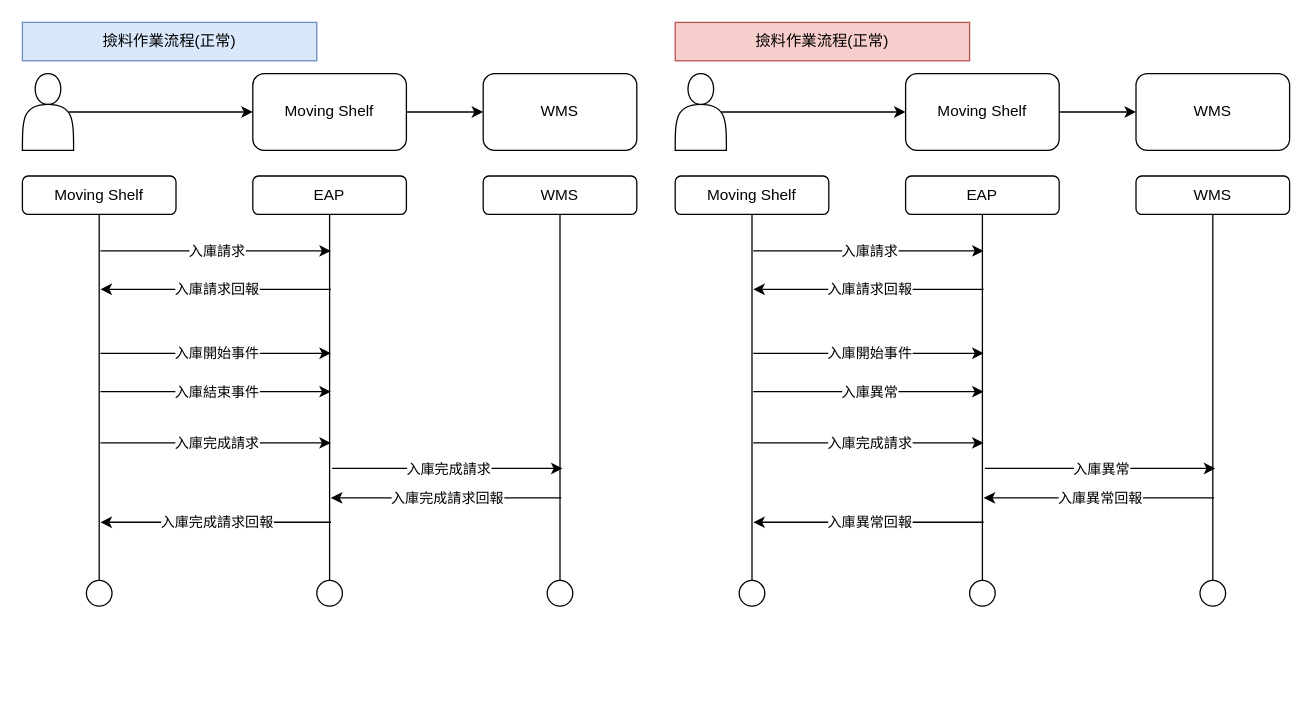
Above: page "撿料作業" (4 of 4) of MovingShelf.drawio in sun873087/drawio (draw.io), before the change. Source tidied: cells renumbered, new cells numbered last; positions are measured from the earlier drawing's top-left corner, leaving out a move shared by most shapes. Both pictures are drawn from the tidied source at 128%, with x=0, y=0 at pixel (22, 22).
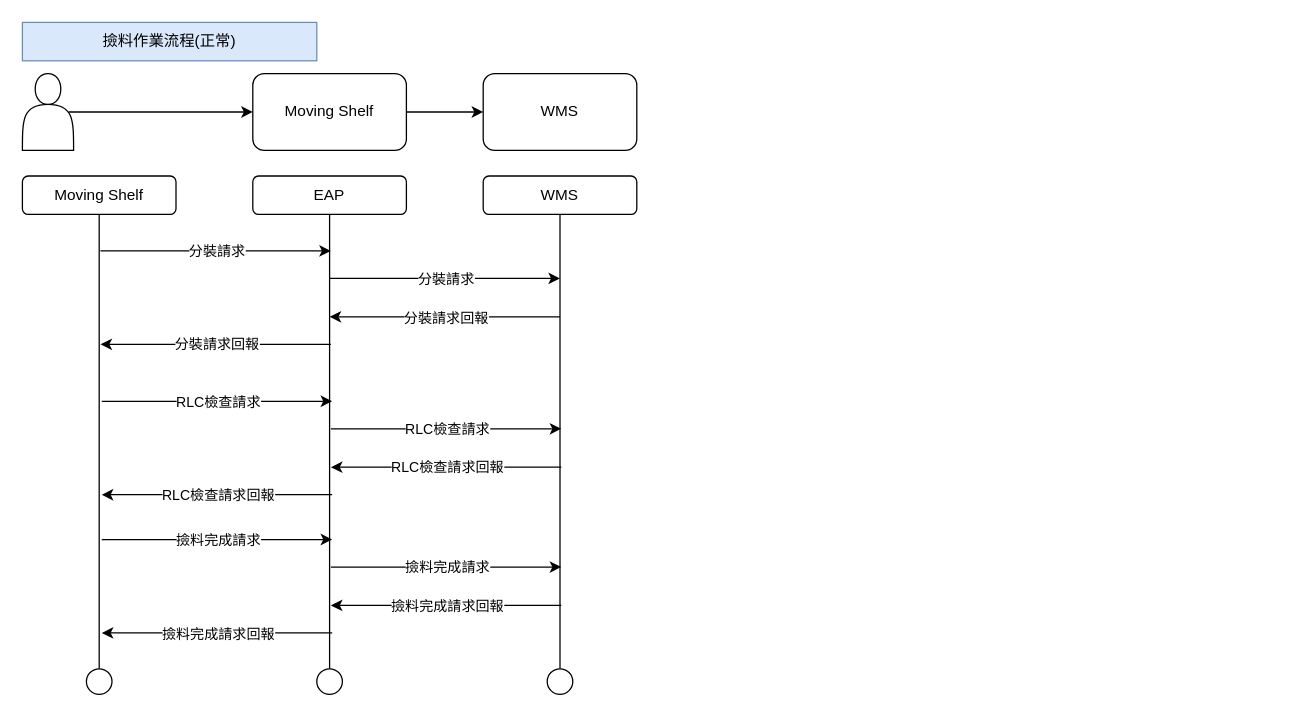
Above is the later version.

The change refers to these unchanged cells:
```xml
<mxCell id="32" style="endArrow=classic;html=1;rounded=0;" parent="1" edge="1">
  <mxGeometry relative="1" as="geometry">
    <mxPoint x="61" y="178.5" as="sourcePoint" />
    <mxPoint x="241" y="178.5" as="targetPoint" />
  </mxGeometry>
</mxCell>
```

Diff of the diagram source:
```diff
@@
     <mxCell id="11" style="ellipse;whiteSpace=wrap;html=1;" parent="1" vertex="1">
-      <mxGeometry x="50" y="436" width="20" height="20" as="geometry" />
+      <mxGeometry x="50" y="505" width="20" height="20" as="geometry" />
     </mxCell>
@@
     <mxCell id="13" style="ellipse;whiteSpace=wrap;html=1;" parent="1" vertex="1">
-      <mxGeometry x="230" y="436" width="20" height="20" as="geometry" />
+      <mxGeometry x="230" y="505" width="20" height="20" as="geometry" />
     </mxCell>
@@
     <mxCell id="15" style="ellipse;whiteSpace=wrap;html=1;" parent="1" vertex="1">
-      <mxGeometry x="410" y="436" width="20" height="20" as="geometry" />
+      <mxGeometry x="410" y="505" width="20" height="20" as="geometry" />
     </mxCell>
@@
-    <mxCell id="17" style="shape=actor;whiteSpace=wrap;html=1;" parent="1" vertex="1">
-      <mxGeometry x="510" y="40" width="40" height="60" as="geometry" />
-    </mxCell>
-    <mxCell id="18" value="Moving Shelf" style="rounded=1;whiteSpace=wrap;html=1;" parent="1" vertex="1">
-      <mxGeometry x="690" y="40" width="120" height="60" as="geometry" />
-    </mxCell>
-    <mxCell id="19" style="edgeStyle=orthogonalEdgeStyle;rounded=0;jettySize=auto;html=1;exitX=0.9;exitY=0.5;exitDx=0;exitDy=0;exitPerimeter=0;entryX=0;entryY=0.5;entryDx=0;entryDy=0;" parent="1" edge="1" source="17" target="18">
-      <mxGeometry relative="1" as="geometry" />
-    </mxCell>
-    <mxCell id="20" value="WMS" style="rounded=1;whiteSpace=wrap;html=1;" parent="1" vertex="1">
-      <mxGeometry x="870" y="40" width="120" height="60" as="geometry" />
-    </mxCell>
-    <mxCell id="21" style="edgeStyle=orthogonalEdgeStyle;rounded=0;jettySize=auto;html=1;exitX=1;exitY=0.5;exitDx=0;exitDy=0;entryX=0;entryY=0.5;entryDx=0;entryDy=0;" parent="1" edge="1" source="18" target="20">
-      <mxGeometry relative="1" as="geometry" />
-    </mxCell>
-    <mxCell id="22" value="Moving Shelf" style="rounded=1;whiteSpace=wrap;html=1;" parent="1" vertex="1">
-      <mxGeometry x="510" y="120" width="120" height="30" as="geometry" />
-    </mxCell>
-    <mxCell id="23" value="EAP" style="rounded=1;whiteSpace=wrap;html=1;" parent="1" vertex="1">
-      <mxGeometry x="690" y="120" width="120" height="30" as="geometry" />
-    </mxCell>
-    <mxCell id="24" value="WMS" style="rounded=1;whiteSpace=wrap;html=1;" parent="1" vertex="1">
-      <mxGeometry x="870" y="120" width="120" height="30" as="geometry" />
-    </mxCell>
-    <mxCell id="25" style="endArrow=none;html=1;rounded=0;entryX=0.5;entryY=1;entryDx=0;entryDy=0;exitX=0.5;exitY=0;exitDx=0;exitDy=0;" parent="1" edge="1" source="26" target="22">
-      <mxGeometry relative="1" as="geometry" />
-    </mxCell>
-    <mxCell id="26" style="ellipse;whiteSpace=wrap;html=1;" parent="1" vertex="1">
-      <mxGeometry x="560" y="436" width="20" height="20" as="geometry" />
-    </mxCell>
-    <mxCell id="27" style="endArrow=none;html=1;rounded=0;entryX=0.5;entryY=1;entryDx=0;entryDy=0;exitX=0.5;exitY=0;exitDx=0;exitDy=0;" parent="1" edge="1" source="28" target="23">
-      <mxGeometry relative="1" as="geometry" />
-    </mxCell>
-    <mxCell id="28" style="ellipse;whiteSpace=wrap;html=1;" parent="1" vertex="1">
-      <mxGeometry x="740" y="436" width="20" height="20" as="geometry" />
-    </mxCell>
-    <mxCell id="29" style="endArrow=none;html=1;rounded=0;entryX=0.5;entryY=1;entryDx=0;entryDy=0;exitX=0.5;exitY=0;exitDx=0;exitDy=0;" parent="1" edge="1" source="30" target="24">
-      <mxGeometry relative="1" as="geometry" />
-    </mxCell>
-    <mxCell id="30" style="ellipse;whiteSpace=wrap;html=1;" parent="1" vertex="1">
-      <mxGeometry x="920" y="436" width="20" height="20" as="geometry" />
-    </mxCell>
-    <mxCell id="31" value="撿料作業流程(正常)" style="rounded=0;whiteSpace=wrap;html=1;fillColor=#f8cecc;strokeColor=#b85450;" parent="1" vertex="1">
-      <mxGeometry x="510" width="230" height="30" as="geometry" />
-    </mxCell>
@@
-    <mxCell id="33" value="入庫請求" style="edgeLabel;html=1;align=center;verticalAlign=middle;" parent="32" vertex="1">
+    <mxCell id="33" value="分裝請求" style="edgeLabel;html=1;align=center;verticalAlign=middle;" parent="32" vertex="1">
       <mxGeometry relative="1" as="geometry" />
     </mxCell>
     <mxCell id="34" style="endArrow=classic;html=1;rounded=0;" parent="1" edge="1">
       <mxGeometry relative="1" as="geometry">
-        <mxPoint x="241" y="208.5" as="sourcePoint" />
-        <mxPoint x="61" y="208.5" as="targetPoint" />
+        <mxPoint x="241" y="251.5" as="sourcePoint" />
+        <mxPoint x="61" y="251.5" as="targetPoint" />
       </mxGeometry>
     </mxCell>
-    <mxCell id="35" value="入庫請求回報" style="edgeLabel;html=1;align=center;verticalAlign=middle;" parent="34" vertex="1">
+    <mxCell id="35" value="分裝請求回報" style="edgeLabel;html=1;align=center;verticalAlign=middle;" parent="34" vertex="1">
       <mxGeometry relative="1" as="geometry" />
     </mxCell>
-    <mxCell id="36" style="endArrow=classic;html=1;rounded=0;" parent="1" edge="1">
-      <mxGeometry relative="1" as="geometry">
-        <mxPoint x="61" y="258.5" as="sourcePoint" />
-        <mxPoint x="241" y="258.5" as="targetPoint" />
-      </mxGeometry>
-    </mxCell>
-    <mxCell id="37" value="入庫開始事件" style="edgeLabel;html=1;align=center;verticalAlign=middle;" parent="36" vertex="1">
-      <mxGeometry relative="1" as="geometry" />
-    </mxCell>
-    <mxCell id="38" style="endArrow=classic;html=1;rounded=0;" parent="1" edge="1">
-      <mxGeometry relative="1" as="geometry">
-        <mxPoint x="61" y="288.5" as="sourcePoint" />
-        <mxPoint x="241" y="288.5" as="targetPoint" />
-      </mxGeometry>
-    </mxCell>
-    <mxCell id="39" value="入庫結束事件" style="edgeLabel;html=1;align=center;verticalAlign=middle;" parent="38" vertex="1">
-      <mxGeometry relative="1" as="geometry" />
-    </mxCell>
-    <mxCell id="40" style="endArrow=classic;html=1;rounded=0;" parent="1" edge="1">
-      <mxGeometry relative="1" as="geometry">
-        <mxPoint x="61" y="328.5" as="sourcePoint" />
-        <mxPoint x="241" y="328.5" as="targetPoint" />
-      </mxGeometry>
-    </mxCell>
-    <mxCell id="41" value="入庫完成請求" style="edgeLabel;html=1;align=center;verticalAlign=middle;" parent="40" vertex="1">
-      <mxGeometry relative="1" as="geometry" />
-    </mxCell>
-    <mxCell id="42" style="endArrow=classic;html=1;rounded=0;" parent="1" edge="1">
-      <mxGeometry relative="1" as="geometry">
-        <mxPoint x="242" y="348.5" as="sourcePoint" />
-        <mxPoint x="422" y="348.5" as="targetPoint" />
-      </mxGeometry>
-    </mxCell>
-    <mxCell id="43" value="入庫完成請求" style="edgeLabel;html=1;align=center;verticalAlign=middle;" parent="42" vertex="1">
-      <mxGeometry relative="1" as="geometry" />
-    </mxCell>
-    <mxCell id="44" style="endArrow=classic;html=1;rounded=0;" parent="1" edge="1">
-      <mxGeometry relative="1" as="geometry">
-        <mxPoint x="421" y="371.5" as="sourcePoint" />
-        <mxPoint x="241" y="371.5" as="targetPoint" />
-      </mxGeometry>
-    </mxCell>
-    <mxCell id="45" value="入庫完成請求回報" style="edgeLabel;html=1;align=center;verticalAlign=middle;" parent="44" vertex="1">
-      <mxGeometry relative="1" as="geometry" />
-    </mxCell>
-    <mxCell id="46" style="endArrow=classic;html=1;rounded=0;" parent="1" edge="1">
-      <mxGeometry relative="1" as="geometry">
-        <mxPoint x="241" y="390.5" as="sourcePoint" />
-        <mxPoint x="61" y="390.5" as="targetPoint" />
-      </mxGeometry>
-    </mxCell>
-    <mxCell id="47" value="入庫完成請求回報" style="edgeLabel;html=1;align=center;verticalAlign=middle;" parent="46" vertex="1">
-      <mxGeometry relative="1" as="geometry" />
-    </mxCell>
-    <mxCell id="48" style="endArrow=classic;html=1;rounded=0;" parent="1" edge="1">
-      <mxGeometry relative="1" as="geometry">
-        <mxPoint x="571" y="178.5" as="sourcePoint" />
-        <mxPoint x="751" y="178.5" as="targetPoint" />
-      </mxGeometry>
-    </mxCell>
-    <mxCell id="49" value="入庫請求" style="edgeLabel;html=1;align=center;verticalAlign=middle;" parent="48" vertex="1">
-      <mxGeometry relative="1" as="geometry" />
-    </mxCell>
-    <mxCell id="50" style="endArrow=classic;html=1;rounded=0;" parent="1" edge="1">
-      <mxGeometry relative="1" as="geometry">
-        <mxPoint x="751" y="208.5" as="sourcePoint" />
-        <mxPoint x="571" y="208.5" as="targetPoint" />
-      </mxGeometry>
-    </mxCell>
-    <mxCell id="51" value="入庫請求回報" style="edgeLabel;html=1;align=center;verticalAlign=middle;" parent="50" vertex="1">
-      <mxGeometry relative="1" as="geometry" />
-    </mxCell>
-    <mxCell id="52" style="endArrow=classic;html=1;rounded=0;" parent="1" edge="1">
-      <mxGeometry relative="1" as="geometry">
-        <mxPoint x="571" y="258.5" as="sourcePoint" />
-        <mxPoint x="751" y="258.5" as="targetPoint" />
-      </mxGeometry>
-    </mxCell>
-    <mxCell id="53" value="入庫開始事件" style="edgeLabel;html=1;align=center;verticalAlign=middle;" parent="52" vertex="1">
-      <mxGeometry relative="1" as="geometry" />
-    </mxCell>
-    <mxCell id="54" style="endArrow=classic;html=1;rounded=0;" parent="1" edge="1">
-      <mxGeometry relative="1" as="geometry">
-        <mxPoint x="571" y="288.5" as="sourcePoint" />
-        <mxPoint x="751" y="288.5" as="targetPoint" />
-      </mxGeometry>
-    </mxCell>
-    <mxCell id="55" value="入庫異常" style="edgeLabel;html=1;align=center;verticalAlign=middle;" parent="54" vertex="1">
-      <mxGeometry relative="1" as="geometry" />
-    </mxCell>
-    <mxCell id="56" style="endArrow=classic;html=1;rounded=0;" parent="1" edge="1">
-      <mxGeometry relative="1" as="geometry">
-        <mxPoint x="571" y="328.5" as="sourcePoint" />
-        <mxPoint x="751" y="328.5" as="targetPoint" />
-      </mxGeometry>
-    </mxCell>
-    <mxCell id="57" value="入庫完成請求" style="edgeLabel;html=1;align=center;verticalAlign=middle;" parent="56" vertex="1">
-      <mxGeometry relative="1" as="geometry" />
-    </mxCell>
-    <mxCell id="58" style="endArrow=classic;html=1;rounded=0;" parent="1" edge="1">
-      <mxGeometry relative="1" as="geometry">
-        <mxPoint x="752" y="348.5" as="sourcePoint" />
-        <mxPoint x="932" y="348.5" as="targetPoint" />
-      </mxGeometry>
-    </mxCell>
-    <mxCell id="59" value="入庫異常" style="edgeLabel;html=1;align=center;verticalAlign=middle;" parent="58" vertex="1">
-      <mxGeometry relative="1" as="geometry" />
-    </mxCell>
-    <mxCell id="60" style="endArrow=classic;html=1;rounded=0;" parent="1" edge="1">
-      <mxGeometry relative="1" as="geometry">
-        <mxPoint x="931" y="371.5" as="sourcePoint" />
-        <mxPoint x="751" y="371.5" as="targetPoint" />
-      </mxGeometry>
-    </mxCell>
-    <mxCell id="61" value="入庫異常回報" style="edgeLabel;html=1;align=center;verticalAlign=middle;" parent="60" vertex="1">
-      <mxGeometry relative="1" as="geometry" />
-    </mxCell>
-    <mxCell id="62" style="endArrow=classic;html=1;rounded=0;" parent="1" edge="1">
-      <mxGeometry relative="1" as="geometry">
-        <mxPoint x="751" y="390.5" as="sourcePoint" />
-        <mxPoint x="571" y="390.5" as="targetPoint" />
-      </mxGeometry>
-    </mxCell>
-    <mxCell id="63" value="入庫異常回報" style="edgeLabel;html=1;align=center;verticalAlign=middle;" parent="62" vertex="1">
-      <mxGeometry relative="1" as="geometry" />
-    </mxCell>
+    <mxCell id="64" style="endArrow=classic;html=1;rounded=0;" parent="1" edge="1">
+      <mxGeometry relative="1" as="geometry">
+        <mxPoint x="240" y="200" as="sourcePoint" />
+        <mxPoint x="420" y="200" as="targetPoint" />
+      </mxGeometry>
+    </mxCell>
+    <mxCell id="65" value="分裝請求" style="edgeLabel;html=1;align=center;verticalAlign=middle;" parent="64" vertex="1">
+      <mxGeometry relative="1" as="geometry" />
+    </mxCell>
+    <mxCell id="66" style="endArrow=classic;html=1;rounded=0;" parent="1" edge="1">
+      <mxGeometry relative="1" as="geometry">
+        <mxPoint x="420" y="230" as="sourcePoint" />
+        <mxPoint x="240" y="230" as="targetPoint" />
+      </mxGeometry>
+    </mxCell>
+    <mxCell id="67" value="分裝請求回報" style="edgeLabel;html=1;align=center;verticalAlign=middle;" parent="66" vertex="1">
+      <mxGeometry relative="1" as="geometry" />
+    </mxCell>
+    <mxCell id="68" style="endArrow=classic;html=1;rounded=0;" parent="1" edge="1">
+      <mxGeometry relative="1" as="geometry">
+        <mxPoint x="62" y="296" as="sourcePoint" />
+        <mxPoint x="242" y="296" as="targetPoint" />
+      </mxGeometry>
+    </mxCell>
+    <mxCell id="69" value="RLC檢查請求" style="edgeLabel;html=1;align=center;verticalAlign=middle;" parent="68" vertex="1">
+      <mxGeometry relative="1" as="geometry" />
+    </mxCell>
+    <mxCell id="70" style="endArrow=classic;html=1;rounded=0;" parent="1" edge="1">
+      <mxGeometry relative="1" as="geometry">
+        <mxPoint x="242" y="369" as="sourcePoint" />
+        <mxPoint x="62" y="369" as="targetPoint" />
+      </mxGeometry>
+    </mxCell>
+    <mxCell id="71" value="RLC檢查請求回報" style="edgeLabel;html=1;align=center;verticalAlign=middle;" parent="70" vertex="1">
+      <mxGeometry relative="1" as="geometry" />
+    </mxCell>
+    <mxCell id="72" style="endArrow=classic;html=1;rounded=0;" parent="1" edge="1">
+      <mxGeometry relative="1" as="geometry">
+        <mxPoint x="241" y="317.5" as="sourcePoint" />
+        <mxPoint x="421" y="317.5" as="targetPoint" />
+      </mxGeometry>
+    </mxCell>
+    <mxCell id="73" value="RLC檢查請求" style="edgeLabel;html=1;align=center;verticalAlign=middle;" parent="72" vertex="1">
+      <mxGeometry relative="1" as="geometry" />
+    </mxCell>
+    <mxCell id="74" style="endArrow=classic;html=1;rounded=0;" parent="1" edge="1">
+      <mxGeometry relative="1" as="geometry">
+        <mxPoint x="421" y="347.5" as="sourcePoint" />
+        <mxPoint x="241" y="347.5" as="targetPoint" />
+      </mxGeometry>
+    </mxCell>
+    <mxCell id="75" value="RLC檢查請求回報" style="edgeLabel;html=1;align=center;verticalAlign=middle;" parent="74" vertex="1">
+      <mxGeometry relative="1" as="geometry" />
+    </mxCell>
+    <mxCell id="76" style="endArrow=classic;html=1;rounded=0;" parent="1" edge="1">
+      <mxGeometry relative="1" as="geometry">
+        <mxPoint x="62" y="404" as="sourcePoint" />
+        <mxPoint x="242" y="404" as="targetPoint" />
+      </mxGeometry>
+    </mxCell>
+    <mxCell id="77" value="撿料完成請求" style="edgeLabel;html=1;align=center;verticalAlign=middle;" parent="76" vertex="1">
+      <mxGeometry relative="1" as="geometry" />
+    </mxCell>
+    <mxCell id="78" style="endArrow=classic;html=1;rounded=0;" parent="1" edge="1">
+      <mxGeometry relative="1" as="geometry">
+        <mxPoint x="242" y="477" as="sourcePoint" />
+        <mxPoint x="62" y="477" as="targetPoint" />
+      </mxGeometry>
+    </mxCell>
+    <mxCell id="79" value="撿料完成請求回報" style="edgeLabel;html=1;align=center;verticalAlign=middle;" parent="78" vertex="1">
+      <mxGeometry relative="1" as="geometry" />
+    </mxCell>
+    <mxCell id="80" style="endArrow=classic;html=1;rounded=0;" parent="1" edge="1">
+      <mxGeometry relative="1" as="geometry">
+        <mxPoint x="241" y="425.5" as="sourcePoint" />
+        <mxPoint x="421" y="425.5" as="targetPoint" />
+      </mxGeometry>
+    </mxCell>
+    <mxCell id="81" value="撿料完成請求" style="edgeLabel;html=1;align=center;verticalAlign=middle;" parent="80" vertex="1">
+      <mxGeometry relative="1" as="geometry" />
+    </mxCell>
+    <mxCell id="82" style="endArrow=classic;html=1;rounded=0;" parent="1" edge="1">
+      <mxGeometry relative="1" as="geometry">
+        <mxPoint x="421" y="455.5" as="sourcePoint" />
+        <mxPoint x="241" y="455.5" as="targetPoint" />
+      </mxGeometry>
+    </mxCell>
+    <mxCell id="83" value="撿料完成請求回報" style="edgeLabel;html=1;align=center;verticalAlign=middle;" parent="82" vertex="1">
+      <mxGeometry relative="1" as="geometry" />
+    </mxCell>
```
